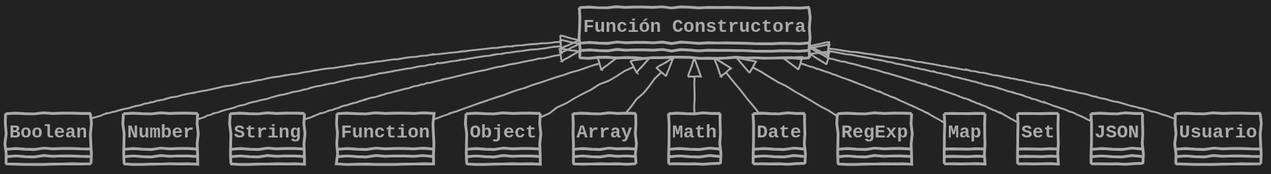
Above: USantaTecla/tech-javascript/images/constructora.svg in USantaTecla-0-general/3-publicaciones (PlantUML), before the change.
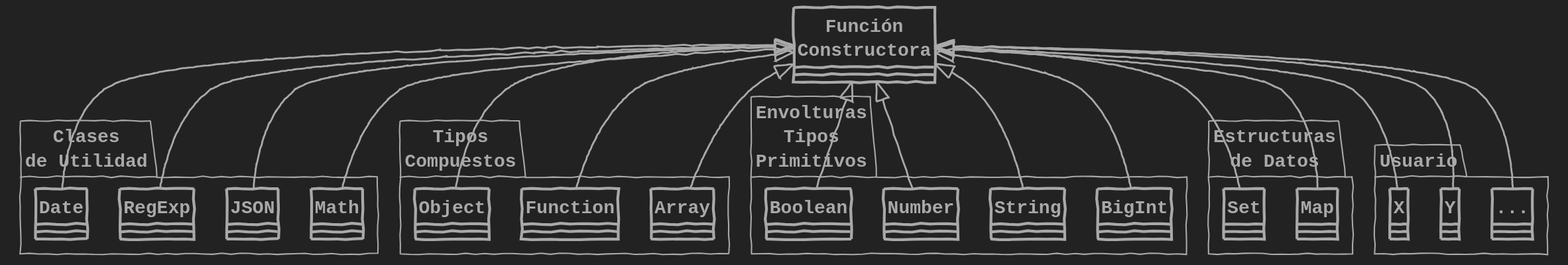
Later version of the same file.

Diff of the diagram source:
```diff
@@ -22,33 +22,61 @@
     FontStyle bold
     FontColor #DarkGrey
 }
-
-class "Función Constructora" as FuncionConstructora
-class Boolean
-class Number
-class String
+skinparam package {
+    BorderThickness 3
+    BorderColor #DarkGrey
+    BackgroundColor #222222
+    FontSize 20
+    FontName courier
+    FontStyle bold
+    FontColor #DarkGrey
+}
+package c as "Clases\nde Utilidad" {
+class Math
+class JSON
+class RegExp
+class Date
+}
+package b as "Tipos\nCompuestos" {
+class Array
 class Function
 class Object
-class Array
-class Math
-class Date
-class RegExp
+}
+class "Función\nConstructora" as FuncionConstructora
+package a as "Envolturas\nTipos\nPrimitivos" {
+class BigInt
+class String
+class Number
+class Boolean
+}
+package d as "Estructuras\nde Datos" {
 class Map
 class Set
-class JSON
-class Usuario
+}
+package e as "Usuario" {
+class Z as "..."
+class Y
+class X
+}
 
-FuncionConstructora <|-down- Boolean
-FuncionConstructora <|-down- Number
-FuncionConstructora <|-down- String
+FuncionConstructora <|-down- Math
+FuncionConstructora <|-down- JSON
+FuncionConstructora <|-down- RegExp
+FuncionConstructora <|-down- Date
+
+FuncionConstructora <|-down- Array
 FuncionConstructora <|-down- Function
 FuncionConstructora <|-down- Object
-FuncionConstructora <|-down- Array
-FuncionConstructora <|-down- Math
-FuncionConstructora <|-down- Date
-FuncionConstructora <|-down- RegExp
+
 FuncionConstructora <|-down- Map
 FuncionConstructora <|-down- Set
-FuncionConstructora <|-down- JSON
-FuncionConstructora <|-down- Usuario
+
+FuncionConstructora <|-down- BigInt
+FuncionConstructora <|-down- String
+FuncionConstructora <|-down- Number
+FuncionConstructora <|-down- Boolean
+
+FuncionConstructora <|-down- Z
+FuncionConstructora <|-down- Y
+FuncionConstructora <|-down- X
 @enduml
```
